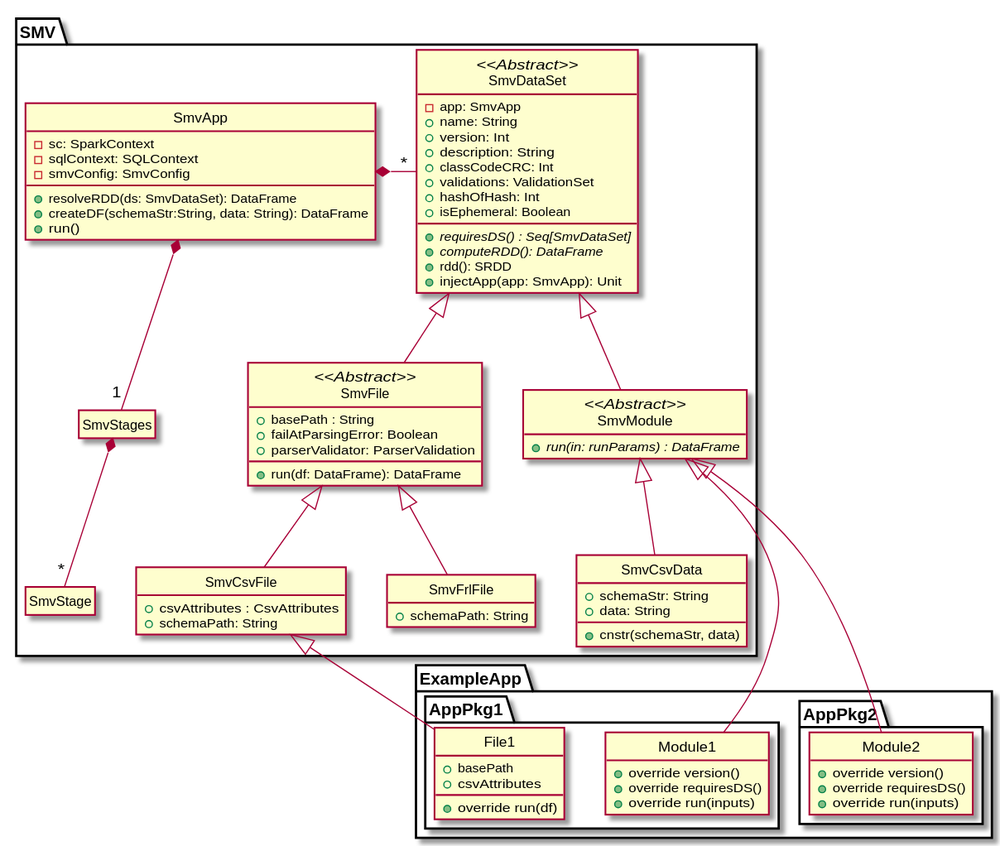
TresAmigosSD/SMV keeps this PlantUML diagram as docs/design/app_class.svg. Above is the earlier version. Its source is kept beside it as docs/design/app_class.puml.
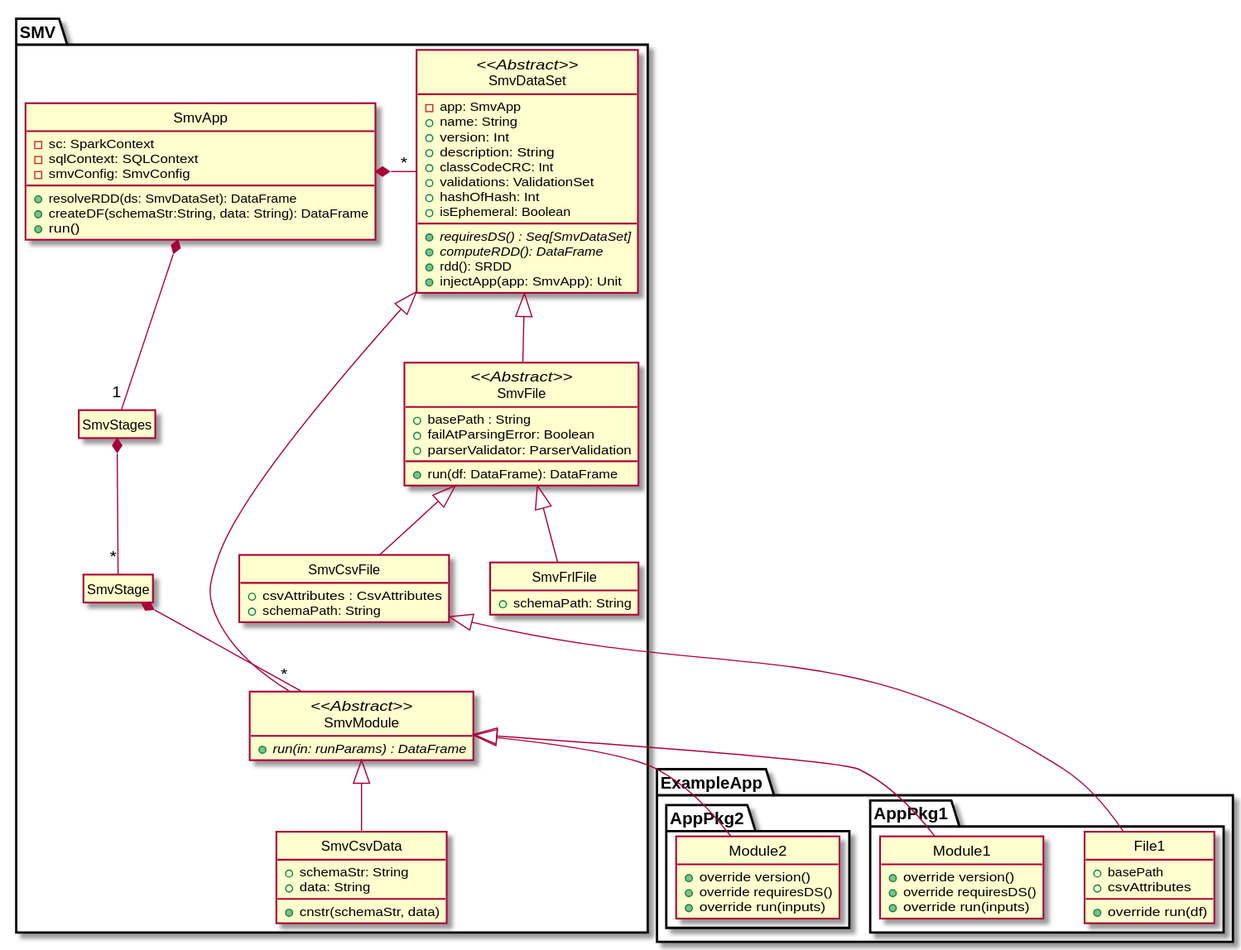
After the change.

Commit message:
#201: SmvStage consists of a single package now.

Diff of the diagram source:
```diff
@@ -59,6 +59,7 @@
 
   SmvApp *-- "1" SmvStages
   SmvStages *-- "*" SmvStage
+  SmvStage *-- "*" SmvModule
 }
 
 package ExampleApp {
```
